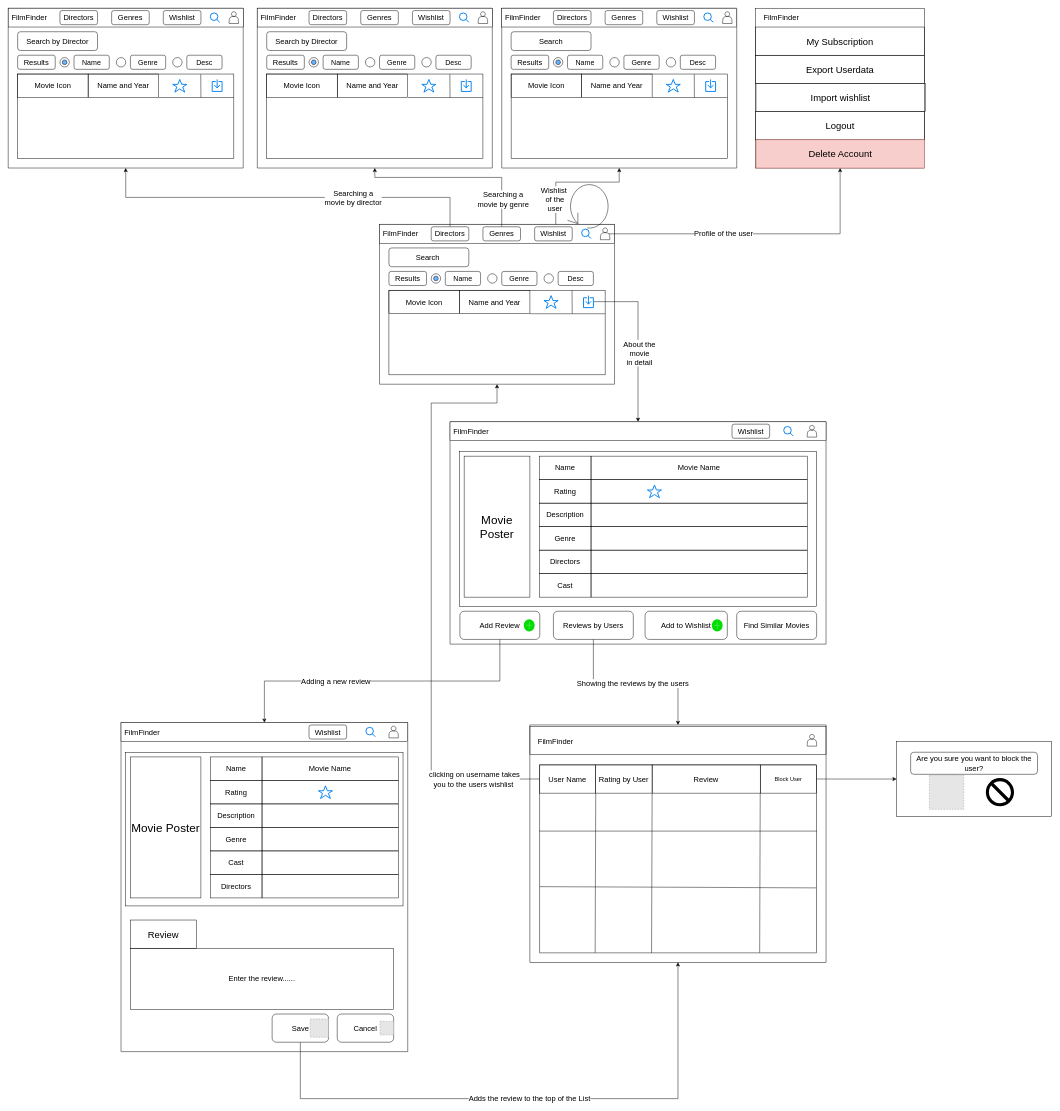
The draw.io diagram page "UI diagrams" (4 of 4) of usb.drawio in unsw-cse-capstone-project/capstone-project-comp9900-h16a-tahelka, before the edit. Source tidied: cells renumbered, new cells numbered last; positions are measured from the earlier drawing's top-left corner, leaving out a move shared by most shapes. Both pictures are drawn from the tidied source at 47%, with x=0, y=0 at pixel (8, 8). Pictures stored in the file or linked from it are replaced by grey dashed boxes.
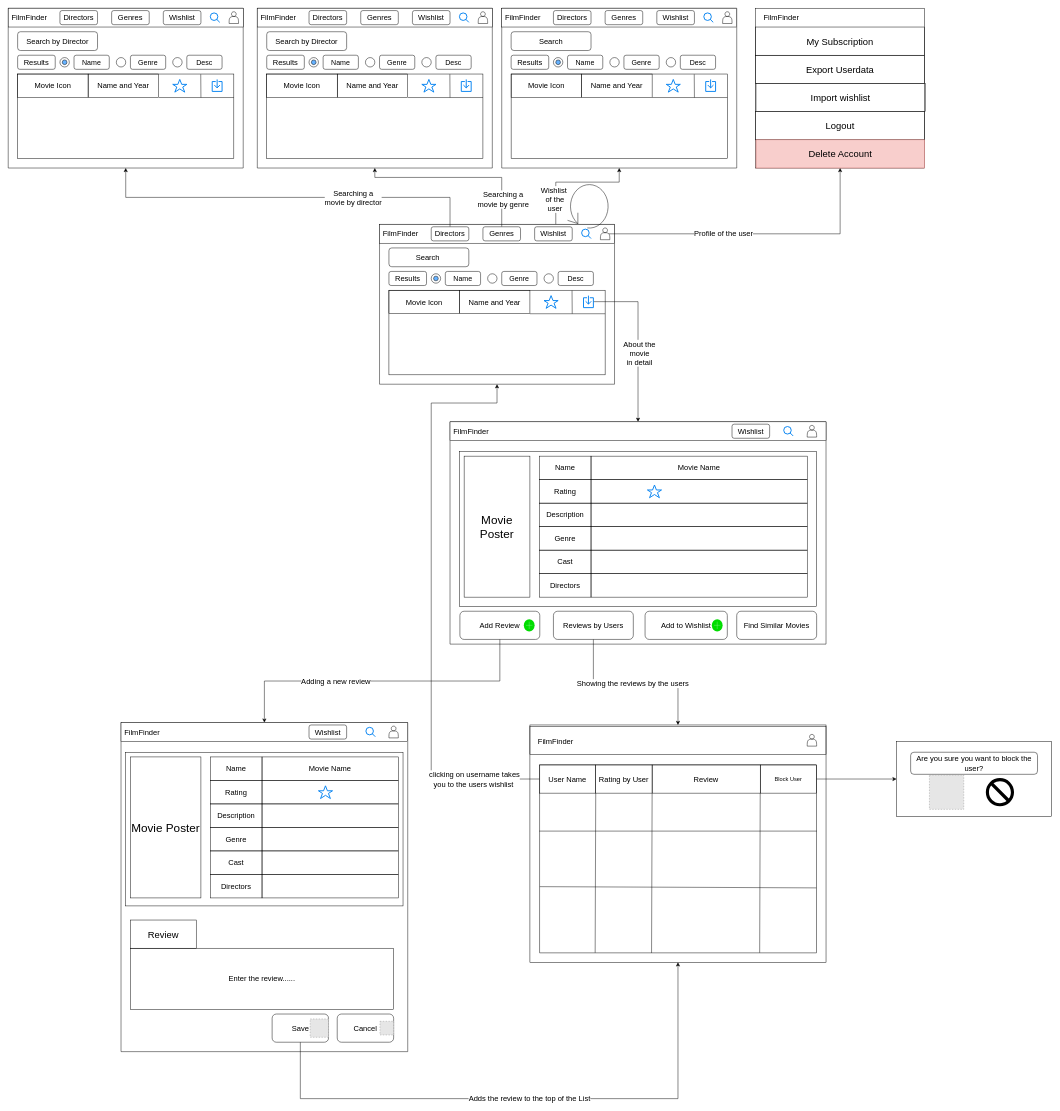
Above is the later version.

Change to the diagram source:
```diff
@@
-    <mxCell id="133" value="&lt;span style=&quot;font-size: 16px&quot;&gt;Directors&lt;/span&gt;" style="rounded=0;whiteSpace=wrap;html=1;fillColor=none;" parent="1" vertex="1">
+    <mxCell id="133" value="&lt;span style=&quot;font-size: 16px&quot;&gt;Cast&lt;/span&gt;" style="rounded=0;whiteSpace=wrap;html=1;fillColor=none;" parent="1" vertex="1">
       <mxGeometry x="1130" y="1153" width="110" height="50" as="geometry" />
     </mxCell>
-    <mxCell id="134" value="&lt;span style=&quot;font-size: 16px&quot;&gt;Cast&lt;/span&gt;" style="rounded=0;whiteSpace=wrap;html=1;fillColor=none;" parent="1" vertex="1">
+    <mxCell id="134" value="&lt;span style=&quot;font-size: 16px&quot;&gt;Directors&lt;/span&gt;" style="rounded=0;whiteSpace=wrap;html=1;fillColor=none;" parent="1" vertex="1">
       <mxGeometry x="1130" y="1203" width="110" height="50" as="geometry" />
     </mxCell>
```
